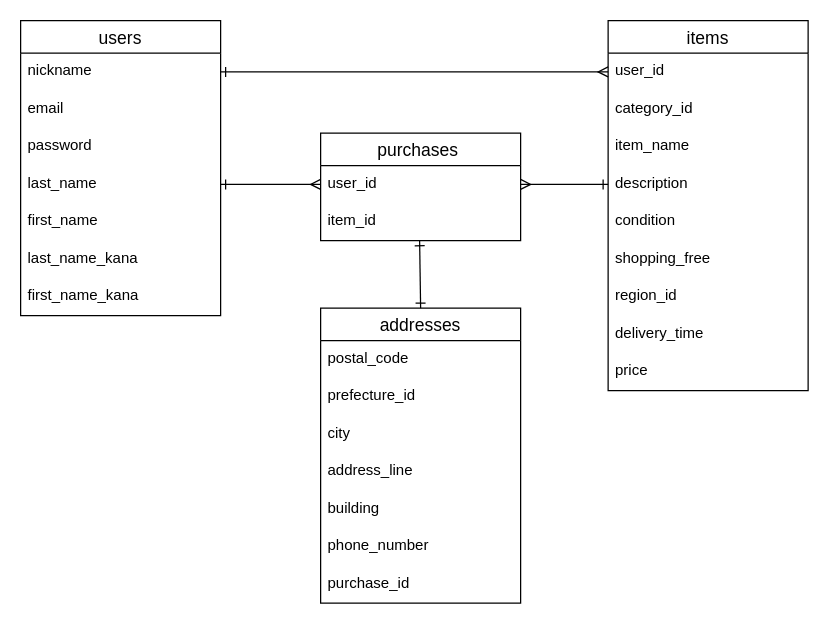
Earlier version of the draw.io diagram furima-er.dio (Ahoudori77/furima-41569). Source tidied: cells renumbered, new cells numbered last; positions are measured from the earlier drawing's top-left corner, leaving out a move shared by most shapes. Both pictures are drawn from the tidied source at 125%, with x=0, y=0 at pixel (20, 20).
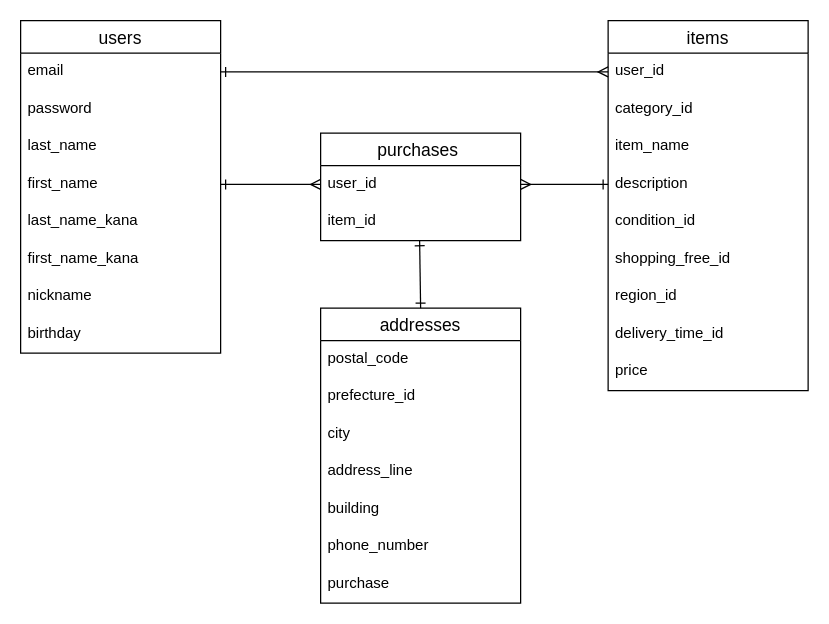
The same diagram, later.

Commit message (it also covers changes not shown here):
データベース設計-修正

Unchanged cells that the change refers to:
```xml
<mxCell id="10" value="addresses" style="swimlane;fontStyle=0;horizontal=1;startSize=26;align=center;fontSize=14;" parent="1" vertex="1">
  <mxGeometry x="240" y="230" width="160" height="236" as="geometry" />
</mxCell>
<mxCell id="20" value="user_id" style="text;strokeColor=none;fillColor=none;spacingLeft=4;spacingRight=4;overflow=hidden;points=[[0,0.5],[1,0.5]];portConstraint=eastwest;fontSize=12;" parent="19" vertex="1">
  <mxGeometry y="26" width="160" height="30" as="geometry" />
</mxCell>
<mxCell id="22" value="items" style="swimlane;fontStyle=0;horizontal=1;startSize=26;align=center;fontSize=14;" parent="1" vertex="1">
  <mxGeometry x="470" width="160" height="296" as="geometry" />
</mxCell>
<mxCell id="23" value="user_id" style="text;strokeColor=none;fillColor=none;spacingLeft=4;spacingRight=4;overflow=hidden;points=[[0,0.5],[1,0.5]];portConstraint=eastwest;fontSize=12;" parent="22" vertex="1">
  <mxGeometry y="26" width="160" height="30" as="geometry" />
</mxCell>
```

What changed in the source:
```diff
@@
     <mxCell id="2" value="users" style="swimlane;fontStyle=0;horizontal=1;startSize=26;align=center;fontSize=14;" parent="1" vertex="1">
-      <mxGeometry width="160" height="236" as="geometry" />
+      <mxGeometry width="160" height="266" as="geometry" />
     </mxCell>
-    <mxCell id="3" value="nickname" style="text;strokeColor=none;fillColor=none;spacingLeft=4;spacingRight=4;overflow=hidden;points=[[0,0.5],[1,0.5]];portConstraint=eastwest;fontSize=12;" parent="2" vertex="1">
-      <mxGeometry y="26" width="160" height="30" as="geometry" />
-    </mxCell>
     <mxCell id="4" value="email" style="text;strokeColor=none;fillColor=none;spacingLeft=4;spacingRight=4;overflow=hidden;points=[[0,0.5],[1,0.5]];portConstraint=eastwest;fontSize=12;" parent="2" vertex="1">
-      <mxGeometry y="56" width="160" height="30" as="geometry" />
+      <mxGeometry y="26" width="160" height="30" as="geometry" />
     </mxCell>
     <mxCell id="5" value="password" style="text;strokeColor=none;fillColor=none;spacingLeft=4;spacingRight=4;overflow=hidden;fontSize=12;" parent="2" vertex="1">
-      <mxGeometry y="86" width="160" height="30" as="geometry" />
+      <mxGeometry y="56" width="160" height="30" as="geometry" />
     </mxCell>
     <mxCell id="6" value="last_name" style="text;strokeColor=none;fillColor=none;spacingLeft=4;spacingRight=4;overflow=hidden;points=[[0,0.5],[1,0.5]];portConstraint=eastwest;fontSize=12;" parent="2" vertex="1">
-      <mxGeometry y="116" width="160" height="30" as="geometry" />
+      <mxGeometry y="86" width="160" height="30" as="geometry" />
     </mxCell>
     <mxCell id="7" value="first_name" style="text;strokeColor=none;fillColor=none;spacingLeft=4;spacingRight=4;overflow=hidden;points=[[0,0.5],[1,0.5]];portConstraint=eastwest;fontSize=12;" parent="2" vertex="1">
-      <mxGeometry y="146" width="160" height="30" as="geometry" />
+      <mxGeometry y="116" width="160" height="30" as="geometry" />
     </mxCell>
     <mxCell id="8" value="last_name_kana" style="text;strokeColor=none;fillColor=none;spacingLeft=4;spacingRight=4;overflow=hidden;fontSize=12;" parent="2" vertex="1">
-      <mxGeometry y="176" width="160" height="30" as="geometry" />
+      <mxGeometry y="146" width="160" height="30" as="geometry" />
     </mxCell>
     <mxCell id="9" value="first_name_kana" style="text;strokeColor=none;fillColor=none;spacingLeft=4;spacingRight=4;overflow=hidden;fontSize=12;" parent="2" vertex="1">
-      <mxGeometry y="206" width="160" height="30" as="geometry" />
+      <mxGeometry y="176" width="160" height="30" as="geometry" />
     </mxCell>
+    <mxCell id="3" value="nickname" style="text;strokeColor=none;fillColor=none;spacingLeft=4;spacingRight=4;overflow=hidden;points=[[0,0.5],[1,0.5]];portConstraint=eastwest;fontSize=12;" parent="2" vertex="1">
+      <mxGeometry y="206" width="160" height="30" as="geometry" />
+    </mxCell>
+    <mxCell id="36" value="birthday" style="text;strokeColor=none;fillColor=none;spacingLeft=4;spacingRight=4;overflow=hidden;fontSize=12;" parent="2" vertex="1">
+      <mxGeometry y="236" width="160" height="30" as="geometry" />
+    </mxCell>
@@
-    <mxCell id="17" value="purchase_id" style="text;strokeColor=none;fillColor=none;spacingLeft=4;spacingRight=4;overflow=hidden;fontSize=12;" parent="10" vertex="1">
+    <mxCell id="17" value="purchase" style="text;strokeColor=none;fillColor=none;spacingLeft=4;spacingRight=4;overflow=hidden;fontSize=12;" parent="10" vertex="1">
       <mxGeometry y="206" width="160" height="30" as="geometry" />
     </mxCell>
-    <mxCell id="18" style="edgeStyle=none;html=1;exitX=0;exitY=0.5;exitDx=0;exitDy=0;startArrow=ERmany;startFill=0;endArrow=ERone;endFill=0;entryX=1;entryY=0.5;entryDx=0;entryDy=0;" parent="1" edge="1" source="20" target="6">
+    <mxCell id="18" style="edgeStyle=none;html=1;exitX=0;exitY=0.5;exitDx=0;exitDy=0;startArrow=ERmany;startFill=0;endArrow=ERone;endFill=0;entryX=1;entryY=0.5;entryDx=0;entryDy=0;" parent="1" edge="1" source="20" target="7">
       <mxGeometry relative="1" as="geometry" />
     </mxCell>
@@
-    <mxCell id="27" value="condition" style="text;strokeColor=none;fillColor=none;spacingLeft=4;spacingRight=4;overflow=hidden;fontSize=12;" parent="22" vertex="1">
+    <mxCell id="27" value="condition_id" style="text;strokeColor=none;fillColor=none;spacingLeft=4;spacingRight=4;overflow=hidden;fontSize=12;" parent="22" vertex="1">
       <mxGeometry y="146" width="160" height="30" as="geometry" />
     </mxCell>
-    <mxCell id="28" value="shopping_free" style="text;strokeColor=none;fillColor=none;spacingLeft=4;spacingRight=4;overflow=hidden;fontSize=12;" parent="22" vertex="1">
+    <mxCell id="28" value="shopping_free_id" style="text;strokeColor=none;fillColor=none;spacingLeft=4;spacingRight=4;overflow=hidden;fontSize=12;" parent="22" vertex="1">
       <mxGeometry y="176" width="160" height="30" as="geometry" />
     </mxCell>
@@
-    <mxCell id="30" value="delivery_time" style="text;strokeColor=none;fillColor=none;spacingLeft=4;spacingRight=4;overflow=hidden;fontSize=12;" parent="22" vertex="1">
+    <mxCell id="30" value="delivery_time_id" style="text;strokeColor=none;fillColor=none;spacingLeft=4;spacingRight=4;overflow=hidden;fontSize=12;" parent="22" vertex="1">
       <mxGeometry y="236" width="160" height="30" as="geometry" />
     </mxCell>
@@
-    <mxCell id="35" style="edgeStyle=none;html=1;exitX=0;exitY=0.5;exitDx=0;exitDy=0;entryX=1;entryY=0.5;entryDx=0;entryDy=0;startArrow=ERmany;startFill=0;endArrow=ERone;endFill=0;" parent="1" edge="1" source="23" target="3">
+    <mxCell id="35" style="edgeStyle=none;html=1;exitX=0;exitY=0.5;exitDx=0;exitDy=0;entryX=1;entryY=0.5;entryDx=0;entryDy=0;startArrow=ERmany;startFill=0;endArrow=ERone;endFill=0;" parent="1" edge="1" source="23" target="4">
       <mxGeometry relative="1" as="geometry" />
     </mxCell>
```
